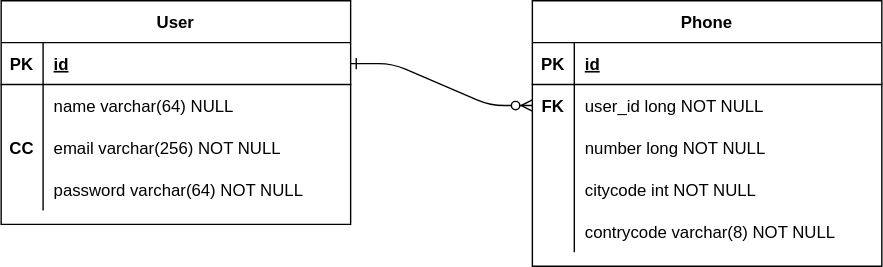
The draw.io diagram src/main/resources/diagrams/BCI - user-system - ER.svg in ivan-salgado-gl/usersystem, before a commit. Source tidied: cells renumbered, new cells last; positions are measured from the earlier drawing's top-left corner, leaving out a move shared by most shapes.
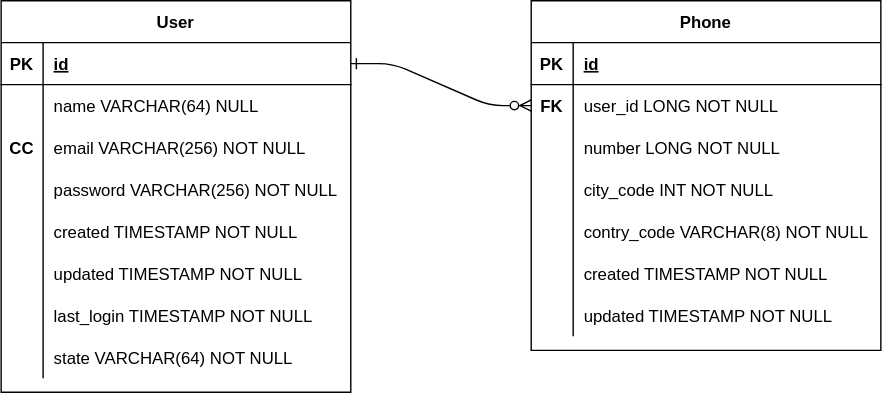
The same file after the commit.

What changed in the source:
```diff
@@ -6,7 +6,7 @@
       <mxGeometry relative="1" as="geometry" />
     </mxCell>
     <mxCell id="3" value="Phone" style="shape=table;startSize=30;rowLines=0;fontStyle=1;align=center;" parent="1" vertex="1">
-      <mxGeometry x="380" width="250" height="190" as="geometry" />
+      <mxGeometry x="380" width="250" height="250" as="geometry" />
     </mxCell>
     <mxCell id="4" style="shape=partialRectangle;fillColor=none;top=0;left=0;right=0;bottom=1;" parent="3" vertex="1">
       <mxGeometry y="30" width="250" height="30" as="geometry" />
@@ -23,7 +23,7 @@
     <mxCell id="8" value="FK" style="shape=partialRectangle;overflow=hidden;fillColor=none;top=0;left=0;bottom=0;right=0;fontStyle=1;" parent="7" vertex="1">
       <mxGeometry width="30" height="30" as="geometry" />
     </mxCell>
-    <mxCell id="9" value="user_id long NOT NULL" style="shape=partialRectangle;overflow=hidden;fillColor=none;top=0;left=0;bottom=0;right=0;align=left;spacingLeft=6;" parent="7" vertex="1">
+    <mxCell id="9" value="user_id LONG NOT NULL" style="shape=partialRectangle;overflow=hidden;fillColor=none;top=0;left=0;bottom=0;right=0;align=left;spacingLeft=6;" parent="7" vertex="1">
       <mxGeometry x="30" width="220" height="30" as="geometry" />
     </mxCell>
     <mxCell id="10" style="shape=partialRectangle;fillColor=none;top=0;left=0;right=0;bottom=0;" parent="3" vertex="1">
@@ -32,7 +32,7 @@
     <mxCell id="11" style="shape=partialRectangle;overflow=hidden;fillColor=none;top=0;left=0;bottom=0;right=0;" parent="10" vertex="1">
       <mxGeometry width="30" height="30" as="geometry" />
     </mxCell>
-    <mxCell id="12" value="number long NOT NULL" style="shape=partialRectangle;overflow=hidden;fillColor=none;top=0;left=0;bottom=0;right=0;align=left;spacingLeft=6;" parent="10" vertex="1">
+    <mxCell id="12" value="number LONG NOT NULL" style="shape=partialRectangle;overflow=hidden;fillColor=none;top=0;left=0;bottom=0;right=0;align=left;spacingLeft=6;" parent="10" vertex="1">
       <mxGeometry x="30" width="220" height="30" as="geometry" />
     </mxCell>
     <mxCell id="13" style="shape=partialRectangle;fillColor=none;top=0;left=0;right=0;bottom=0;" parent="3" vertex="1">
@@ -41,7 +41,7 @@
     <mxCell id="14" style="shape=partialRectangle;overflow=hidden;fillColor=none;top=0;left=0;bottom=0;right=0;" parent="13" vertex="1">
       <mxGeometry width="30" height="30" as="geometry" />
     </mxCell>
-    <mxCell id="15" value="citycode int NOT NULL" style="shape=partialRectangle;overflow=hidden;fillColor=none;top=0;left=0;bottom=0;right=0;align=left;spacingLeft=6;" parent="13" vertex="1">
+    <mxCell id="15" value="city_code INT NOT NULL" style="shape=partialRectangle;overflow=hidden;fillColor=none;top=0;left=0;bottom=0;right=0;align=left;spacingLeft=6;" parent="13" vertex="1">
       <mxGeometry x="30" width="220" height="30" as="geometry" />
     </mxCell>
     <mxCell id="16" style="shape=partialRectangle;fillColor=none;top=0;left=0;right=0;bottom=0;" parent="3" vertex="1">
@@ -50,11 +50,29 @@
     <mxCell id="17" style="shape=partialRectangle;overflow=hidden;fillColor=none;top=0;left=0;bottom=0;right=0;" parent="16" vertex="1">
       <mxGeometry width="30" height="30" as="geometry" />
     </mxCell>
-    <mxCell id="18" value="contrycode varchar(8) NOT NULL" style="shape=partialRectangle;overflow=hidden;fillColor=none;top=0;left=0;bottom=0;right=0;align=left;spacingLeft=6;" parent="16" vertex="1">
+    <mxCell id="18" value="contry_code VARCHAR(8) NOT NULL" style="shape=partialRectangle;overflow=hidden;fillColor=none;top=0;left=0;bottom=0;right=0;align=left;spacingLeft=6;" parent="16" vertex="1">
       <mxGeometry x="30" width="220" height="30" as="geometry" />
     </mxCell>
+    <mxCell id="32" style="shape=partialRectangle;fillColor=none;top=0;left=0;right=0;bottom=0;" parent="3" vertex="1">
+      <mxGeometry y="180" width="250" height="30" as="geometry" />
+    </mxCell>
+    <mxCell id="33" style="shape=partialRectangle;overflow=hidden;fillColor=none;top=0;left=0;bottom=0;right=0;" parent="32" vertex="1">
+      <mxGeometry width="30" height="30" as="geometry" />
+    </mxCell>
+    <mxCell id="34" value="created TIMESTAMP NOT NULL" style="shape=partialRectangle;overflow=hidden;fillColor=none;top=0;left=0;bottom=0;right=0;align=left;spacingLeft=6;" parent="32" vertex="1">
+      <mxGeometry x="30" width="220" height="30" as="geometry" />
+    </mxCell>
+    <mxCell id="35" style="shape=partialRectangle;fillColor=none;top=0;left=0;right=0;bottom=0;" parent="3" vertex="1">
+      <mxGeometry y="210" width="250" height="30" as="geometry" />
+    </mxCell>
+    <mxCell id="36" style="shape=partialRectangle;overflow=hidden;fillColor=none;top=0;left=0;bottom=0;right=0;" parent="35" vertex="1">
+      <mxGeometry width="30" height="30" as="geometry" />
+    </mxCell>
+    <mxCell id="37" value="updated TIMESTAMP NOT NULL" style="shape=partialRectangle;overflow=hidden;fillColor=none;top=0;left=0;bottom=0;right=0;align=left;spacingLeft=6;" parent="35" vertex="1">
+      <mxGeometry x="30" width="220" height="30" as="geometry" />
+    </mxCell>
     <mxCell id="19" value="User" style="shape=table;startSize=30;rowLines=0;fontStyle=1;align=center;" parent="1" vertex="1">
-      <mxGeometry width="250" height="160" as="geometry" />
+      <mxGeometry x="1" width="250" height="280" as="geometry" />
     </mxCell>
     <mxCell id="20" style="shape=partialRectangle;fillColor=none;points=[[0,0.5],[1,0.5]];portConstraint=eastwest;top=0;left=0;right=0;bottom=1;" parent="19" vertex="1">
       <mxGeometry y="30" width="250" height="30" as="geometry" />
@@ -71,7 +89,7 @@
     <mxCell id="24" style="shape=partialRectangle;overflow=hidden;fillColor=none;top=0;left=0;bottom=0;right=0;" parent="23" vertex="1">
       <mxGeometry width="30" height="30" as="geometry" />
     </mxCell>
-    <mxCell id="25" value="name varchar(64) NULL" style="shape=partialRectangle;overflow=hidden;fillColor=none;top=0;left=0;bottom=0;right=0;align=left;spacingLeft=6;" parent="23" vertex="1">
+    <mxCell id="25" value="name VARCHAR(64) NULL" style="shape=partialRectangle;overflow=hidden;fillColor=none;top=0;left=0;bottom=0;right=0;align=left;spacingLeft=6;" parent="23" vertex="1">
       <mxGeometry x="30" width="220" height="30" as="geometry" />
     </mxCell>
     <mxCell id="26" style="shape=partialRectangle;fillColor=none;top=0;left=0;right=0;bottom=0;" parent="19" vertex="1">
@@ -80,7 +98,7 @@
     <mxCell id="27" value="CC" style="shape=partialRectangle;overflow=hidden;fillColor=none;top=0;left=0;bottom=0;right=0;fontStyle=1;" parent="26" vertex="1">
       <mxGeometry width="30" height="30" as="geometry" />
     </mxCell>
-    <mxCell id="28" value="email varchar(256) NOT NULL" style="shape=partialRectangle;overflow=hidden;fillColor=none;top=0;left=0;bottom=0;right=0;align=left;spacingLeft=6;" parent="26" vertex="1">
+    <mxCell id="28" value="email VARCHAR(256) NOT NULL" style="shape=partialRectangle;overflow=hidden;fillColor=none;top=0;left=0;bottom=0;right=0;align=left;spacingLeft=6;" parent="26" vertex="1">
       <mxGeometry x="30" width="220" height="30" as="geometry" />
     </mxCell>
     <mxCell id="29" style="shape=partialRectangle;fillColor=none;top=0;left=0;right=0;bottom=0;" parent="19" vertex="1">
@@ -89,8 +107,44 @@
     <mxCell id="30" style="shape=partialRectangle;overflow=hidden;fillColor=none;top=0;left=0;bottom=0;right=0;fontStyle=1;" parent="29" vertex="1">
       <mxGeometry width="30" height="30" as="geometry" />
     </mxCell>
-    <mxCell id="31" value="password varchar(64) NOT NULL" style="shape=partialRectangle;overflow=hidden;fillColor=none;top=0;left=0;bottom=0;right=0;align=left;spacingLeft=6;" parent="29" vertex="1">
+    <mxCell id="31" value="password VARCHAR(256) NOT NULL" style="shape=partialRectangle;overflow=hidden;fillColor=none;top=0;left=0;bottom=0;right=0;align=left;spacingLeft=6;" parent="29" vertex="1">
       <mxGeometry x="30" width="220" height="30" as="geometry" />
     </mxCell>
+    <mxCell id="38" style="shape=partialRectangle;fillColor=none;top=0;left=0;right=0;bottom=0;" parent="19" vertex="1">
+      <mxGeometry y="150" width="250" height="30" as="geometry" />
+    </mxCell>
+    <mxCell id="39" style="shape=partialRectangle;overflow=hidden;fillColor=none;top=0;left=0;bottom=0;right=0;fontStyle=1;" parent="38" vertex="1">
+      <mxGeometry width="30" height="30" as="geometry" />
+    </mxCell>
+    <mxCell id="40" value="created TIMESTAMP NOT NULL" style="shape=partialRectangle;overflow=hidden;fillColor=none;top=0;left=0;bottom=0;right=0;align=left;spacingLeft=6;" parent="38" vertex="1">
+      <mxGeometry x="30" width="220" height="30" as="geometry" />
+    </mxCell>
+    <mxCell id="41" style="shape=partialRectangle;fillColor=none;top=0;left=0;right=0;bottom=0;" parent="19" vertex="1">
+      <mxGeometry y="180" width="250" height="30" as="geometry" />
+    </mxCell>
+    <mxCell id="42" style="shape=partialRectangle;overflow=hidden;fillColor=none;top=0;left=0;bottom=0;right=0;fontStyle=1;" parent="41" vertex="1">
+      <mxGeometry width="30" height="30" as="geometry" />
+    </mxCell>
+    <mxCell id="43" value="updated TIMESTAMP NOT NULL" style="shape=partialRectangle;overflow=hidden;fillColor=none;top=0;left=0;bottom=0;right=0;align=left;spacingLeft=6;" parent="41" vertex="1">
+      <mxGeometry x="30" width="220" height="30" as="geometry" />
+    </mxCell>
+    <mxCell id="44" style="shape=partialRectangle;fillColor=none;top=0;left=0;right=0;bottom=0;" parent="19" vertex="1">
+      <mxGeometry y="210" width="250" height="30" as="geometry" />
+    </mxCell>
+    <mxCell id="45" style="shape=partialRectangle;overflow=hidden;fillColor=none;top=0;left=0;bottom=0;right=0;fontStyle=1;" parent="44" vertex="1">
+      <mxGeometry width="30" height="30" as="geometry" />
+    </mxCell>
+    <mxCell id="46" value="last_login TIMESTAMP NOT NULL" style="shape=partialRectangle;overflow=hidden;fillColor=none;top=0;left=0;bottom=0;right=0;align=left;spacingLeft=6;" parent="44" vertex="1">
+      <mxGeometry x="30" width="220" height="30" as="geometry" />
+    </mxCell>
+    <mxCell id="47" style="shape=partialRectangle;fillColor=none;top=0;left=0;right=0;bottom=0;" parent="19" vertex="1">
+      <mxGeometry y="240" width="250" height="30" as="geometry" />
+    </mxCell>
+    <mxCell id="48" style="shape=partialRectangle;overflow=hidden;fillColor=none;top=0;left=0;bottom=0;right=0;fontStyle=1;" parent="47" vertex="1">
+      <mxGeometry width="30" height="30" as="geometry" />
+    </mxCell>
+    <mxCell id="49" value="state VARCHAR(64) NOT NULL" style="shape=partialRectangle;overflow=hidden;fillColor=none;top=0;left=0;bottom=0;right=0;align=left;spacingLeft=6;" parent="47" vertex="1">
+      <mxGeometry x="30" width="220" height="30" as="geometry" />
+    </mxCell>
   </root>
 </mxGraphModel>
```
